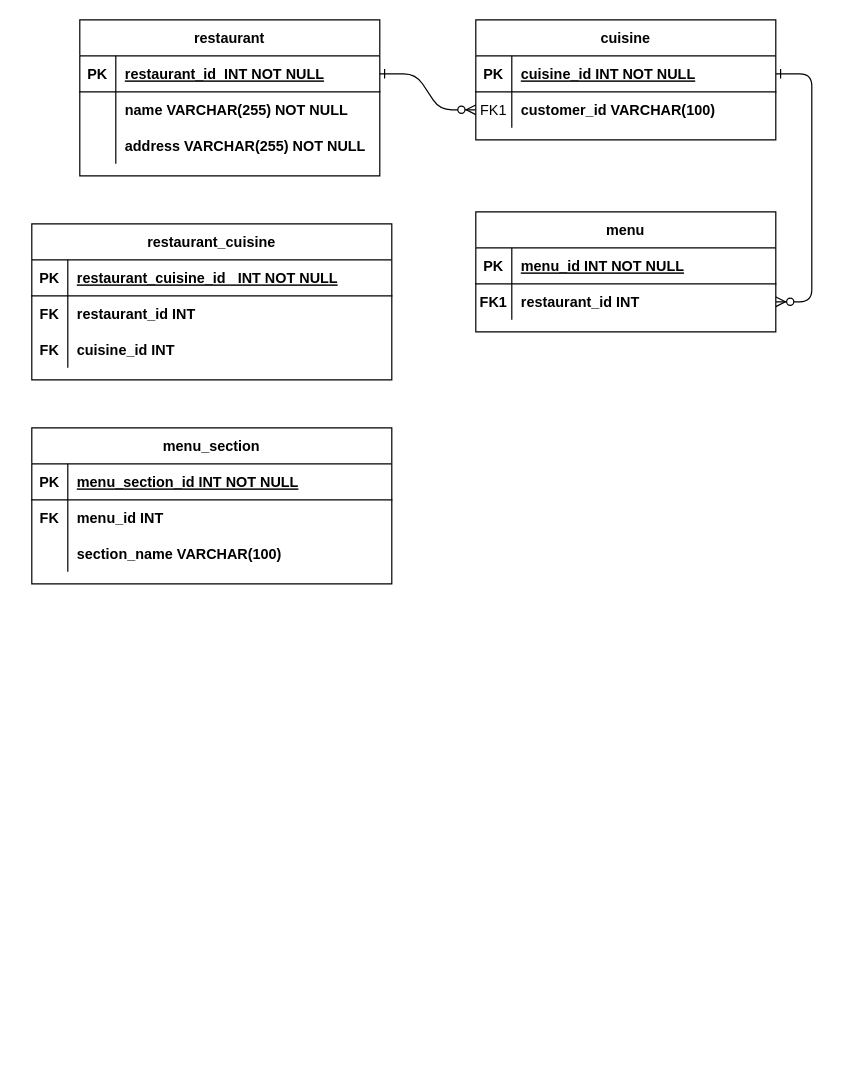
Before: Restaurant-Management-System-Schema.drawio in geeky-sanjay/class-diagrams, a draw.io diagram. Source tidied: cells renumbered, new cells numbered last; positions are measured from the earlier drawing's top-left corner, leaving out a move shared by most shapes. Both pictures are drawn from the tidied source at 120%, with x=0, y=0 at pixel (31, 19).
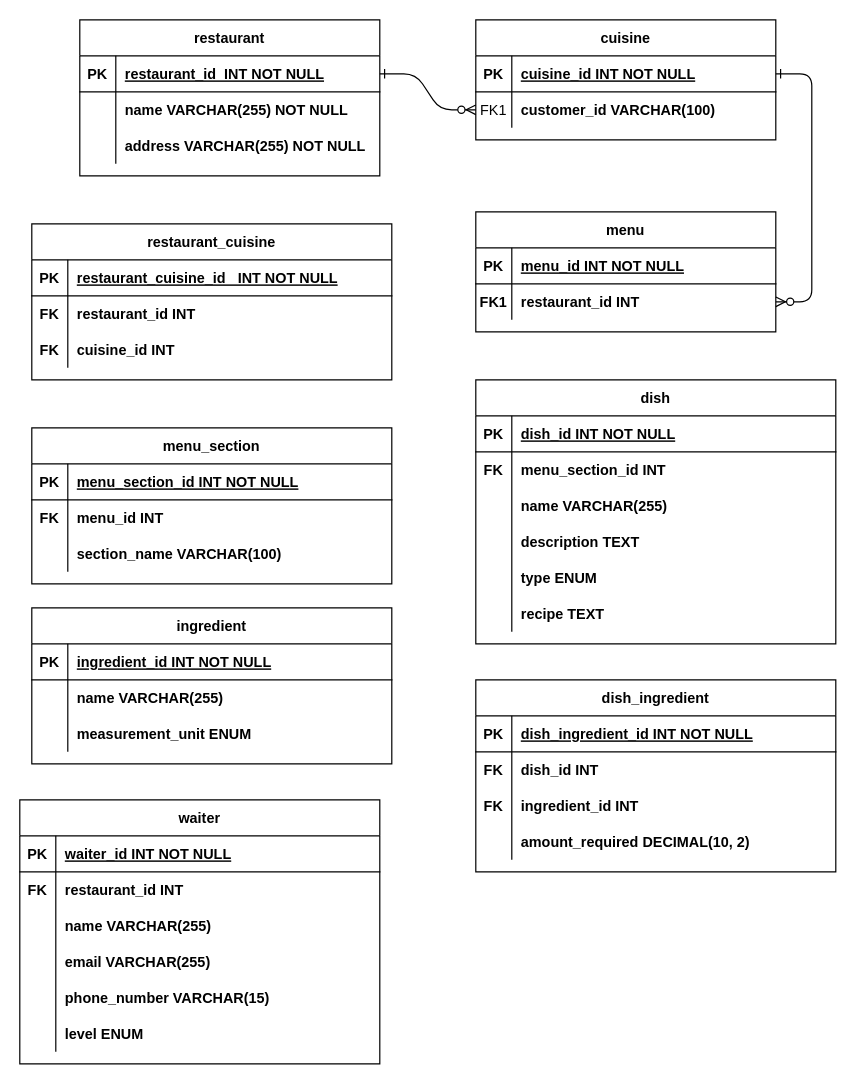
After the change.

The edit, as a diff of the source:
```diff
@@
+    <mxCell id="48" value="dish" style="shape=table;startSize=30;childLayout=tableLayout;rowLines=0;fontStyle=1;align=center;" parent="1" vertex="1">
+      <mxGeometry x="370" y="300" width="300" height="220" as="geometry" />
+    </mxCell>
+    <mxCell id="49" style="shape=partialRectangle;fillColor=none;top=0;left=0;right=0;bottom=1;" parent="48" vertex="1">
+      <mxGeometry y="30" width="300" height="30" as="geometry" />
+    </mxCell>
+    <mxCell id="50" value="PK" style="shape=partialRectangle;overflow=hidden;fillColor=none;top=0;left=0;bottom=0;right=0;fontStyle=1;" parent="49" vertex="1">
+      <mxGeometry width="30" height="30" as="geometry" />
+    </mxCell>
+    <mxCell id="51" value="dish_id INT NOT NULL " style="shape=partialRectangle;overflow=hidden;fillColor=none;top=0;left=0;bottom=0;right=0;align=left;spacingLeft=6;fontStyle=5;" parent="49" vertex="1">
+      <mxGeometry x="30" width="270" height="30" as="geometry" />
+    </mxCell>
+    <mxCell id="52" style="shape=partialRectangle;fillColor=none;top=0;left=0;right=0;bottom=0;" parent="48" vertex="1">
+      <mxGeometry y="60" width="300" height="30" as="geometry" />
+    </mxCell>
+    <mxCell id="53" value="FK" style="shape=partialRectangle;overflow=hidden;fillColor=none;top=0;left=0;bottom=0;right=0;fontStyle=1;" parent="52" vertex="1">
+      <mxGeometry width="30" height="30" as="geometry" />
+    </mxCell>
+    <mxCell id="54" value="menu_section_id INT " style="shape=partialRectangle;overflow=hidden;fillColor=none;top=0;left=0;bottom=0;right=0;align=left;spacingLeft=6;fontStyle=1;" parent="52" vertex="1">
+      <mxGeometry x="30" width="270" height="30" as="geometry" />
+    </mxCell>
+    <mxCell id="55" style="shape=partialRectangle;fillColor=none;top=0;left=0;right=0;bottom=0;" parent="48" vertex="1">
+      <mxGeometry y="90" width="300" height="30" as="geometry" />
+    </mxCell>
+    <mxCell id="56" style="shape=partialRectangle;overflow=hidden;fillColor=none;top=0;left=0;bottom=0;right=0;fontStyle=1;" parent="55" vertex="1">
+      <mxGeometry width="30" height="30" as="geometry" />
+    </mxCell>
+    <mxCell id="57" value="name VARCHAR(255)" style="shape=partialRectangle;overflow=hidden;fillColor=none;top=0;left=0;bottom=0;right=0;align=left;spacingLeft=6;fontStyle=1;" parent="55" vertex="1">
+      <mxGeometry x="30" width="270" height="30" as="geometry" />
+    </mxCell>
+    <mxCell id="58" style="shape=partialRectangle;fillColor=none;top=0;left=0;right=0;bottom=0;" parent="48" vertex="1">
+      <mxGeometry y="120" width="300" height="30" as="geometry" />
+    </mxCell>
+    <mxCell id="59" style="shape=partialRectangle;overflow=hidden;fillColor=none;top=0;left=0;bottom=0;right=0;fontStyle=1;" parent="58" vertex="1">
+      <mxGeometry width="30" height="30" as="geometry" />
+    </mxCell>
+    <mxCell id="60" value="description TEXT" style="shape=partialRectangle;overflow=hidden;fillColor=none;top=0;left=0;bottom=0;right=0;align=left;spacingLeft=6;fontStyle=1;" parent="58" vertex="1">
+      <mxGeometry x="30" width="270" height="30" as="geometry" />
+    </mxCell>
+    <mxCell id="61" style="shape=partialRectangle;fillColor=none;top=0;left=0;right=0;bottom=0;" parent="48" vertex="1">
+      <mxGeometry y="150" width="300" height="30" as="geometry" />
+    </mxCell>
+    <mxCell id="62" style="shape=partialRectangle;overflow=hidden;fillColor=none;top=0;left=0;bottom=0;right=0;fontStyle=1;" parent="61" vertex="1">
+      <mxGeometry width="30" height="30" as="geometry" />
+    </mxCell>
+    <mxCell id="63" value="type ENUM" style="shape=partialRectangle;overflow=hidden;fillColor=none;top=0;left=0;bottom=0;right=0;align=left;spacingLeft=6;fontStyle=1;" parent="61" vertex="1">
+      <mxGeometry x="30" width="270" height="30" as="geometry" />
+    </mxCell>
+    <mxCell id="64" style="shape=partialRectangle;fillColor=none;top=0;left=0;right=0;bottom=0;" parent="48" vertex="1">
+      <mxGeometry y="180" width="300" height="30" as="geometry" />
+    </mxCell>
+    <mxCell id="65" style="shape=partialRectangle;overflow=hidden;fillColor=none;top=0;left=0;bottom=0;right=0;fontStyle=1;" parent="64" vertex="1">
+      <mxGeometry width="30" height="30" as="geometry" />
+    </mxCell>
+    <mxCell id="66" value="recipe TEXT" style="shape=partialRectangle;overflow=hidden;fillColor=none;top=0;left=0;bottom=0;right=0;align=left;spacingLeft=6;fontStyle=1;" parent="64" vertex="1">
+      <mxGeometry x="30" width="270" height="30" as="geometry" />
+    </mxCell>
+    <mxCell id="67" value="ingredient" style="shape=table;startSize=30;childLayout=tableLayout;rowLines=0;fontStyle=1;align=center;" parent="1" vertex="1">
+      <mxGeometry y="490" width="300" height="130" as="geometry" />
+    </mxCell>
+    <mxCell id="68" style="shape=partialRectangle;fillColor=none;top=0;left=0;right=0;bottom=1;" parent="67" vertex="1">
+      <mxGeometry y="30" width="300" height="30" as="geometry" />
+    </mxCell>
+    <mxCell id="69" value="PK" style="shape=partialRectangle;overflow=hidden;fillColor=none;top=0;left=0;bottom=0;right=0;fontStyle=1;" parent="68" vertex="1">
+      <mxGeometry width="30" height="30" as="geometry" />
+    </mxCell>
+    <mxCell id="70" value="ingredient_id INT NOT NULL " style="shape=partialRectangle;overflow=hidden;fillColor=none;top=0;left=0;bottom=0;right=0;align=left;spacingLeft=6;fontStyle=5;" parent="68" vertex="1">
+      <mxGeometry x="30" width="270" height="30" as="geometry" />
+    </mxCell>
+    <mxCell id="71" style="shape=partialRectangle;fillColor=none;top=0;left=0;right=0;bottom=0;" parent="67" vertex="1">
+      <mxGeometry y="60" width="300" height="30" as="geometry" />
+    </mxCell>
+    <mxCell id="72" style="shape=partialRectangle;overflow=hidden;fillColor=none;top=0;left=0;bottom=0;right=0;fontStyle=1;" parent="71" vertex="1">
+      <mxGeometry width="30" height="30" as="geometry" />
+    </mxCell>
+    <mxCell id="73" value="name VARCHAR(255) " style="shape=partialRectangle;overflow=hidden;fillColor=none;top=0;left=0;bottom=0;right=0;align=left;spacingLeft=6;fontStyle=1;" parent="71" vertex="1">
+      <mxGeometry x="30" width="270" height="30" as="geometry" />
+    </mxCell>
+    <mxCell id="74" style="shape=partialRectangle;fillColor=none;top=0;left=0;right=0;bottom=0;" parent="67" vertex="1">
+      <mxGeometry y="90" width="300" height="30" as="geometry" />
+    </mxCell>
+    <mxCell id="75" style="shape=partialRectangle;overflow=hidden;fillColor=none;top=0;left=0;bottom=0;right=0;fontStyle=1;" parent="74" vertex="1">
+      <mxGeometry width="30" height="30" as="geometry" />
+    </mxCell>
+    <mxCell id="76" value="measurement_unit ENUM" style="shape=partialRectangle;overflow=hidden;fillColor=none;top=0;left=0;bottom=0;right=0;align=left;spacingLeft=6;fontStyle=1;" parent="74" vertex="1">
+      <mxGeometry x="30" width="270" height="30" as="geometry" />
+    </mxCell>
+    <mxCell id="77" value="dish_ingredient" style="shape=table;startSize=30;childLayout=tableLayout;rowLines=0;fontStyle=1;align=center;" parent="1" vertex="1">
+      <mxGeometry x="370" y="550" width="300" height="160" as="geometry" />
+    </mxCell>
+    <mxCell id="78" style="shape=partialRectangle;fillColor=none;top=0;left=0;right=0;bottom=1;" parent="77" vertex="1">
+      <mxGeometry y="30" width="300" height="30" as="geometry" />
+    </mxCell>
+    <mxCell id="79" value="PK" style="shape=partialRectangle;overflow=hidden;fillColor=none;top=0;left=0;bottom=0;right=0;fontStyle=1;" parent="78" vertex="1">
+      <mxGeometry width="30" height="30" as="geometry" />
+    </mxCell>
+    <mxCell id="80" value="dish_ingredient_id INT NOT NULL " style="shape=partialRectangle;overflow=hidden;fillColor=none;top=0;left=0;bottom=0;right=0;align=left;spacingLeft=6;fontStyle=5;" parent="78" vertex="1">
+      <mxGeometry x="30" width="270" height="30" as="geometry" />
+    </mxCell>
+    <mxCell id="81" style="shape=partialRectangle;fillColor=none;top=0;left=0;right=0;bottom=0;" parent="77" vertex="1">
+      <mxGeometry y="60" width="300" height="30" as="geometry" />
+    </mxCell>
+    <mxCell id="82" value="FK" style="shape=partialRectangle;overflow=hidden;fillColor=none;top=0;left=0;bottom=0;right=0;fontStyle=1;" parent="81" vertex="1">
+      <mxGeometry width="30" height="30" as="geometry" />
+    </mxCell>
+    <mxCell id="83" value="dish_id INT  " style="shape=partialRectangle;overflow=hidden;fillColor=none;top=0;left=0;bottom=0;right=0;align=left;spacingLeft=6;fontStyle=1;" parent="81" vertex="1">
+      <mxGeometry x="30" width="270" height="30" as="geometry" />
+    </mxCell>
+    <mxCell id="84" style="shape=partialRectangle;fillColor=none;top=0;left=0;right=0;bottom=0;" parent="77" vertex="1">
+      <mxGeometry y="90" width="300" height="30" as="geometry" />
+    </mxCell>
+    <mxCell id="85" value="FK" style="shape=partialRectangle;overflow=hidden;fillColor=none;top=0;left=0;bottom=0;right=0;fontStyle=1;" parent="84" vertex="1">
+      <mxGeometry width="30" height="30" as="geometry" />
+    </mxCell>
+    <mxCell id="86" value="ingredient_id INT" style="shape=partialRectangle;overflow=hidden;fillColor=none;top=0;left=0;bottom=0;right=0;align=left;spacingLeft=6;fontStyle=1;" parent="84" vertex="1">
+      <mxGeometry x="30" width="270" height="30" as="geometry" />
+    </mxCell>
+    <mxCell id="87" style="shape=partialRectangle;fillColor=none;top=0;left=0;right=0;bottom=0;" parent="77" vertex="1">
+      <mxGeometry y="120" width="300" height="30" as="geometry" />
+    </mxCell>
+    <mxCell id="88" style="shape=partialRectangle;overflow=hidden;fillColor=none;top=0;left=0;bottom=0;right=0;fontStyle=1;" parent="87" vertex="1">
+      <mxGeometry width="30" height="30" as="geometry" />
+    </mxCell>
+    <mxCell id="89" value="amount_required DECIMAL(10, 2)" style="shape=partialRectangle;overflow=hidden;fillColor=none;top=0;left=0;bottom=0;right=0;align=left;spacingLeft=6;fontStyle=1;" parent="87" vertex="1">
+      <mxGeometry x="30" width="270" height="30" as="geometry" />
+    </mxCell>
+    <mxCell id="90" value="waiter" style="shape=table;startSize=30;childLayout=tableLayout;rowLines=0;fontStyle=1;align=center;" parent="1" vertex="1">
+      <mxGeometry x="-10" y="650" width="300" height="220" as="geometry" />
+    </mxCell>
+    <mxCell id="91" style="shape=partialRectangle;fillColor=none;top=0;left=0;right=0;bottom=1;" parent="90" vertex="1">
+      <mxGeometry y="30" width="300" height="30" as="geometry" />
+    </mxCell>
+    <mxCell id="92" value="PK" style="shape=partialRectangle;overflow=hidden;fillColor=none;top=0;left=0;bottom=0;right=0;fontStyle=1;" parent="91" vertex="1">
+      <mxGeometry width="30" height="30" as="geometry" />
+    </mxCell>
+    <mxCell id="93" value="waiter_id INT NOT NULL " style="shape=partialRectangle;overflow=hidden;fillColor=none;top=0;left=0;bottom=0;right=0;align=left;spacingLeft=6;fontStyle=5;" parent="91" vertex="1">
+      <mxGeometry x="30" width="270" height="30" as="geometry" />
+    </mxCell>
+    <mxCell id="94" style="shape=partialRectangle;fillColor=none;top=0;left=0;right=0;bottom=0;" parent="90" vertex="1">
+      <mxGeometry y="60" width="300" height="30" as="geometry" />
+    </mxCell>
+    <mxCell id="95" value="FK" style="shape=partialRectangle;overflow=hidden;fillColor=none;top=0;left=0;bottom=0;right=0;fontStyle=1;" parent="94" vertex="1">
+      <mxGeometry width="30" height="30" as="geometry" />
+    </mxCell>
+    <mxCell id="96" value="restaurant_id INT " style="shape=partialRectangle;overflow=hidden;fillColor=none;top=0;left=0;bottom=0;right=0;align=left;spacingLeft=6;fontStyle=1;" parent="94" vertex="1">
+      <mxGeometry x="30" width="270" height="30" as="geometry" />
+    </mxCell>
+    <mxCell id="97" style="shape=partialRectangle;fillColor=none;top=0;left=0;right=0;bottom=0;" parent="90" vertex="1">
+      <mxGeometry y="90" width="300" height="30" as="geometry" />
+    </mxCell>
+    <mxCell id="98" style="shape=partialRectangle;overflow=hidden;fillColor=none;top=0;left=0;bottom=0;right=0;fontStyle=1;" parent="97" vertex="1">
+      <mxGeometry width="30" height="30" as="geometry" />
+    </mxCell>
+    <mxCell id="99" value="name VARCHAR(255)" style="shape=partialRectangle;overflow=hidden;fillColor=none;top=0;left=0;bottom=0;right=0;align=left;spacingLeft=6;fontStyle=1;" parent="97" vertex="1">
+      <mxGeometry x="30" width="270" height="30" as="geometry" />
+    </mxCell>
+    <mxCell id="100" style="shape=partialRectangle;fillColor=none;top=0;left=0;right=0;bottom=0;" parent="90" vertex="1">
+      <mxGeometry y="120" width="300" height="30" as="geometry" />
+    </mxCell>
+    <mxCell id="101" style="shape=partialRectangle;overflow=hidden;fillColor=none;top=0;left=0;bottom=0;right=0;fontStyle=1;" parent="100" vertex="1">
+      <mxGeometry width="30" height="30" as="geometry" />
+    </mxCell>
+    <mxCell id="102" value="email VARCHAR(255)" style="shape=partialRectangle;overflow=hidden;fillColor=none;top=0;left=0;bottom=0;right=0;align=left;spacingLeft=6;fontStyle=1;" parent="100" vertex="1">
+      <mxGeometry x="30" width="270" height="30" as="geometry" />
+    </mxCell>
+    <mxCell id="103" style="shape=partialRectangle;fillColor=none;top=0;left=0;right=0;bottom=0;" parent="90" vertex="1">
+      <mxGeometry y="150" width="300" height="30" as="geometry" />
+    </mxCell>
+    <mxCell id="104" style="shape=partialRectangle;overflow=hidden;fillColor=none;top=0;left=0;bottom=0;right=0;fontStyle=1;" parent="103" vertex="1">
+      <mxGeometry width="30" height="30" as="geometry" />
+    </mxCell>
+    <mxCell id="105" value="phone_number VARCHAR(15)" style="shape=partialRectangle;overflow=hidden;fillColor=none;top=0;left=0;bottom=0;right=0;align=left;spacingLeft=6;fontStyle=1;" parent="103" vertex="1">
+      <mxGeometry x="30" width="270" height="30" as="geometry" />
+    </mxCell>
+    <mxCell id="106" style="shape=partialRectangle;fillColor=none;top=0;left=0;right=0;bottom=0;" parent="90" vertex="1">
+      <mxGeometry y="180" width="300" height="30" as="geometry" />
+    </mxCell>
+    <mxCell id="107" style="shape=partialRectangle;overflow=hidden;fillColor=none;top=0;left=0;bottom=0;right=0;fontStyle=1;" parent="106" vertex="1">
+      <mxGeometry width="30" height="30" as="geometry" />
+    </mxCell>
+    <mxCell id="108" value="level ENUM" style="shape=partialRectangle;overflow=hidden;fillColor=none;top=0;left=0;bottom=0;right=0;align=left;spacingLeft=6;fontStyle=1;" parent="106" vertex="1">
+      <mxGeometry x="30" width="270" height="30" as="geometry" />
+    </mxCell>
```
